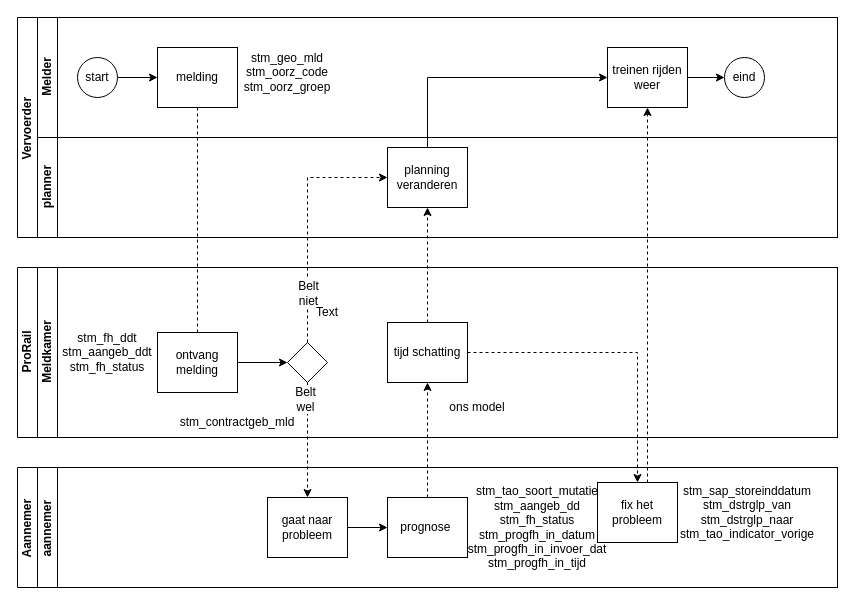
Earlier version of the draw.io diagram BPMN.drawio (MightyPiggie/data-driven-bussines-ai-2024). Source tidied: cells renumbered, new cells numbered last; positions are measured from the earlier drawing's top-left corner, leaving out a move shared by most shapes. Both pictures are drawn from the tidied source at 100%, with x=0, y=0 at pixel (17, 17).
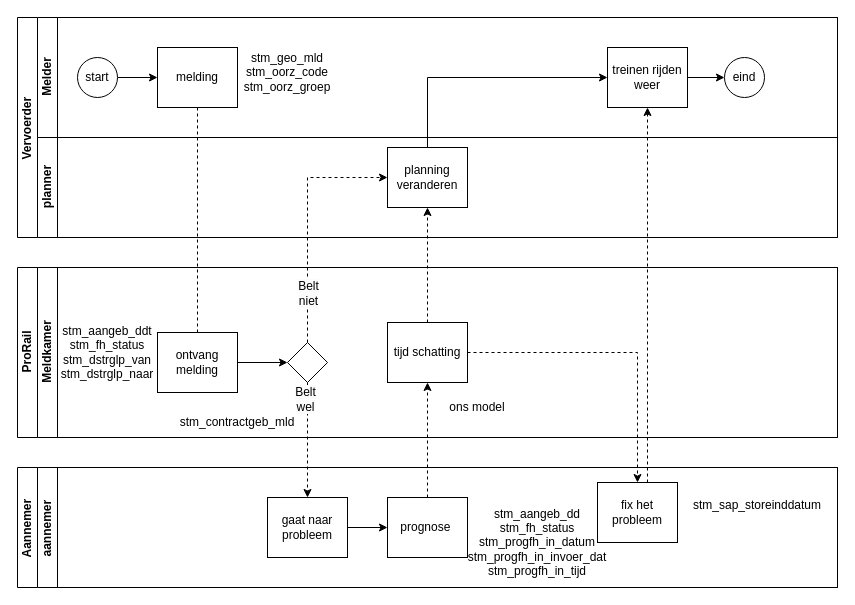
The same diagram, later.

Unchanged cells that the change refers to:
```xml
<mxCell id="16" value="Meldkamer" style="swimlane;startSize=20;horizontal=0;html=1;" parent="15" vertex="1">
  <mxGeometry x="20" width="800" height="170" as="geometry" />
</mxCell>
<mxCell id="25" value="aannemer&amp;nbsp;" style="swimlane;startSize=20;horizontal=0;html=1;" parent="24" vertex="1">
  <mxGeometry x="20" width="800" height="120" as="geometry" />
</mxCell>
```

The edit, as a diff of the source:
```diff
@@
-    <mxCell id="22" value="stm_fh_ddt&lt;div&gt;stm_aangeb_ddt&lt;br&gt;&lt;/div&gt;&lt;div&gt;stm_fh_status&lt;br&gt;&lt;/div&gt;" style="text;html=1;align=center;verticalAlign=middle;whiteSpace=wrap;rounded=0;" parent="16" vertex="1">
+    <mxCell id="22" value="&lt;div&gt;stm_aangeb_ddt&lt;br&gt;&lt;/div&gt;&lt;div&gt;stm_fh_status&lt;br&gt;&lt;/div&gt;&lt;div&gt;&lt;div&gt;stm_dstrglp_van&lt;/div&gt;&lt;div&gt;stm_dstrglp_naar&lt;/div&gt;&lt;/div&gt;" style="text;html=1;align=center;verticalAlign=middle;whiteSpace=wrap;rounded=0;" parent="16" vertex="1">
       <mxGeometry x="40" y="70" width="60" height="30" as="geometry" />
     </mxCell>
@@
-    <mxCell id="30" value="&lt;div&gt;&lt;span style=&quot;background-color: initial;&quot;&gt;stm_tao_soort_mutatie&lt;/span&gt;&lt;br&gt;&lt;/div&gt;&lt;div&gt;stm_aangeb_dd&lt;/div&gt;&lt;div&gt;stm_fh_status&lt;/div&gt;&lt;div&gt;stm_progfh_in_datum&lt;br&gt;&lt;/div&gt;&lt;div&gt;stm_progfh_in_invoer_dat&lt;br&gt;&lt;/div&gt;&lt;div&gt;stm_progfh_in_tijd&lt;/div&gt;" style="text;html=1;align=center;verticalAlign=middle;whiteSpace=wrap;rounded=0;" parent="25" vertex="1">
-      <mxGeometry x="470" y="45" width="60" height="30" as="geometry" />
+    <mxCell id="30" value="&lt;div&gt;&lt;span style=&quot;background-color: initial;&quot;&gt;stm_aangeb_dd&lt;/span&gt;&lt;br&gt;&lt;/div&gt;&lt;div&gt;stm_fh_status&lt;/div&gt;&lt;div&gt;stm_progfh_in_datum&lt;br&gt;&lt;/div&gt;&lt;div&gt;stm_progfh_in_invoer_dat&lt;br&gt;&lt;/div&gt;&lt;div&gt;stm_progfh_in_tijd&lt;/div&gt;" style="text;html=1;align=center;verticalAlign=middle;whiteSpace=wrap;rounded=0;" parent="25" vertex="1">
+      <mxGeometry x="470" y="60" width="60" height="30" as="geometry" />
     </mxCell>
-    <mxCell id="31" value="stm_sap_storeinddatum&lt;div&gt;stm_dstrglp_van&lt;/div&gt;&lt;div&gt;stm_dstrglp_naar&lt;/div&gt;&lt;div&gt;stm_tao_indicator_vorige&lt;/div&gt;" style="text;html=1;align=center;verticalAlign=middle;whiteSpace=wrap;rounded=0;" parent="25" vertex="1">
-      <mxGeometry x="680" y="30" width="60" height="30" as="geometry" />
+    <mxCell id="31" value="stm_sap_storeinddatum&lt;div&gt;&lt;br&gt;&lt;/div&gt;" style="text;html=1;align=center;verticalAlign=middle;whiteSpace=wrap;rounded=0;" parent="25" vertex="1">
+      <mxGeometry x="690" y="30" width="60" height="30" as="geometry" />
     </mxCell>
@@
-    <mxCell id="40" value="Text" style="text;html=1;align=center;verticalAlign=middle;whiteSpace=wrap;rounded=0;" parent="1" vertex="1">
-      <mxGeometry x="280" y="280" width="60" height="30" as="geometry" />
-    </mxCell>
```
